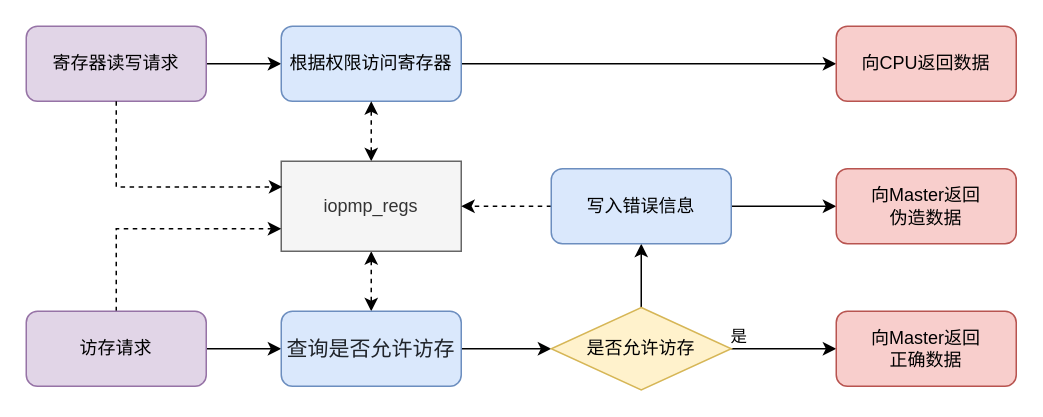
This is reference-model.drawio from Invariant64/draw.io, a draw.io file, before an edit. Source tidied: cells renumbered, new cells numbered last; positions are measured from the earlier drawing's top-left corner, leaving out a move shared by most shapes. Both pictures are drawn from the tidied source at 150%, with x=0, y=0 at pixel (26, 26).
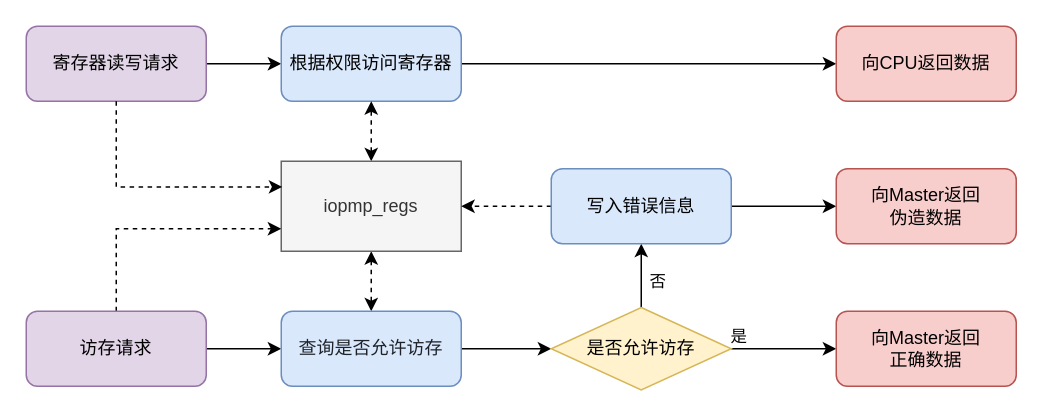
The same diagram, later.

Unchanged cells that the change refers to:
```xml
<mxCell id="15" style="edgeStyle=orthogonalEdgeStyle;rounded=0;jettySize=auto;html=1;entryX=0.5;entryY=1;entryDx=0;entryDy=0;" parent="1" edge="1" source="18" target="21">
  <mxGeometry relative="1" as="geometry" />
</mxCell>
```

Change to the diagram source:
```diff
@@
-    <mxCell id="14" value="&lt;div style=&quot;font-size: 14px; color: rgb(31, 35, 41);&quot;&gt;&lt;p&gt;查询是否允许访存&lt;/p&gt;&lt;/div&gt;&lt;span style=&quot;white-space-collapse: preserve;&quot;&gt;&lt;/span&gt;" style="rounded=1;whiteSpace=wrap;html=1;fillColor=#dae8fc;strokeColor=#6c8ebf;" parent="1" vertex="1">
+    <mxCell id="14" value="&lt;div style=&quot;color: rgb(31, 35, 41);&quot;&gt;&lt;p style=&quot;&quot;&gt;&lt;font&gt;查询是否允许访存&lt;/font&gt;&lt;/p&gt;&lt;/div&gt;&lt;span style=&quot;white-space-collapse: preserve;&quot;&gt;&lt;/span&gt;" style="rounded=1;whiteSpace=wrap;html=1;fillColor=#dae8fc;strokeColor=#6c8ebf;" parent="1" vertex="1">
       <mxGeometry x="170" y="190" width="120" height="50" as="geometry" />
     </mxCell>
@@
+    <mxCell id="25" value="否" style="edgeLabel;html=1;align=center;verticalAlign=middle;" parent="15" vertex="1">
+      <mxGeometry x="-0.13" relative="1" as="geometry">
+        <mxPoint x="10" as="offset" />
+      </mxGeometry>
+    </mxCell>
```
